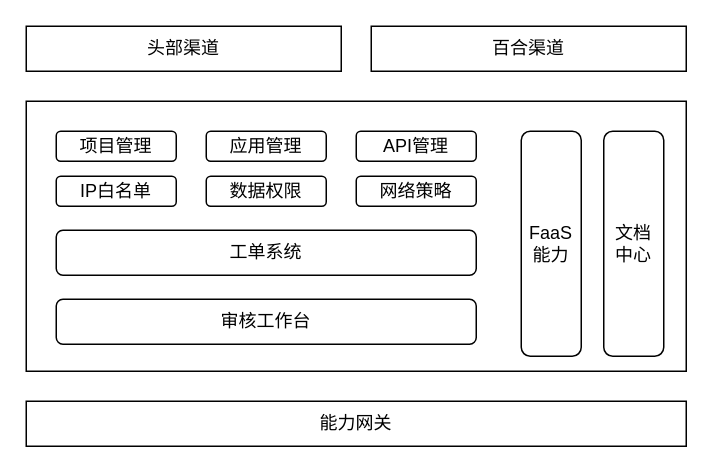
hujun8610/doc keeps this draw.io diagram as 生态平台演示.drawio. Above is the earlier version. Source tidied: cells renumbered, new cells numbered last; positions are measured from the earlier drawing's top-left corner, leaving out a move shared by most shapes. Both pictures are drawn from the tidied source at 150%, with x=0, y=0 at pixel (26, 26).
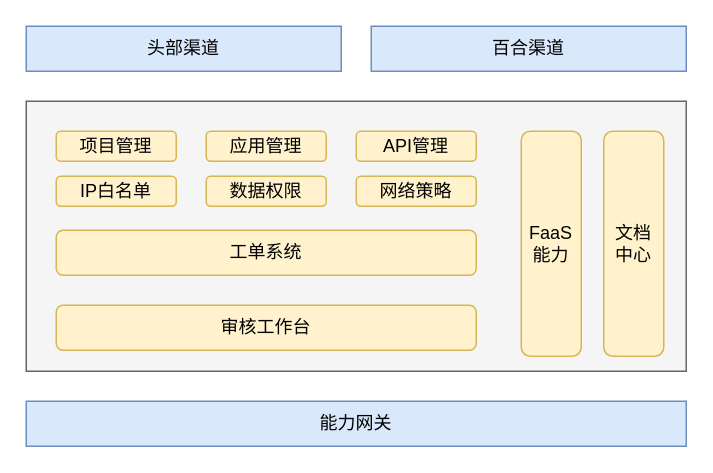
Above is the later version.

Commit message (it also covers changes not shown here):
更新生态平台演示.drawio

Diff of the diagram source:
```diff
@@
 <mxGraphModel>
   <root>
     <mxCell id="0" />
     <mxCell id="1" parent="0" />
-    <mxCell id="2" value="能力网关" style="rounded=0;whiteSpace=wrap;html=1;" parent="1" vertex="1">
+    <mxCell id="2" value="能力网关" style="rounded=0;whiteSpace=wrap;html=1;fillColor=#dae8fc;strokeColor=#6c8ebf;" parent="1" vertex="1">
       <mxGeometry y="250" width="440" height="30" as="geometry" />
     </mxCell>
-    <mxCell id="3" value="头部渠道" style="rounded=0;whiteSpace=wrap;html=1;" parent="1" vertex="1">
+    <mxCell id="3" value="头部渠道" style="rounded=0;whiteSpace=wrap;html=1;fillColor=#dae8fc;strokeColor=#6c8ebf;" parent="1" vertex="1">
       <mxGeometry width="210" height="30" as="geometry" />
     </mxCell>
-    <mxCell id="4" value="百合渠道" style="rounded=0;whiteSpace=wrap;html=1;" parent="1" vertex="1">
+    <mxCell id="4" value="百合渠道" style="rounded=0;whiteSpace=wrap;html=1;fillColor=#dae8fc;strokeColor=#6c8ebf;" parent="1" vertex="1">
       <mxGeometry x="230" width="210" height="30" as="geometry" />
     </mxCell>
-    <mxCell id="5" style="rounded=0;whiteSpace=wrap;html=1;" parent="1" vertex="1">
+    <mxCell id="5" style="rounded=0;whiteSpace=wrap;html=1;fillColor=#f5f5f5;fontColor=#333333;strokeColor=#666666;" parent="1" vertex="1">
       <mxGeometry y="50" width="440" height="180" as="geometry" />
     </mxCell>
-    <mxCell id="6" value="项目管理" style="rounded=1;whiteSpace=wrap;html=1;" parent="1" vertex="1">
+    <mxCell id="6" value="项目管理" style="rounded=1;whiteSpace=wrap;html=1;fillColor=#fff2cc;strokeColor=#d6b656;" parent="1" vertex="1">
       <mxGeometry x="20" y="70" width="80" height="20" as="geometry" />
     </mxCell>
-    <mxCell id="7" value="应用管理" style="rounded=1;whiteSpace=wrap;html=1;" parent="1" vertex="1">
+    <mxCell id="7" value="应用管理" style="rounded=1;whiteSpace=wrap;html=1;fillColor=#fff2cc;strokeColor=#d6b656;" parent="1" vertex="1">
       <mxGeometry x="120" y="70" width="80" height="20" as="geometry" />
     </mxCell>
-    <mxCell id="8" value="API管理" style="rounded=1;whiteSpace=wrap;html=1;" parent="1" vertex="1">
+    <mxCell id="8" value="API管理" style="rounded=1;whiteSpace=wrap;html=1;fillColor=#fff2cc;strokeColor=#d6b656;" parent="1" vertex="1">
       <mxGeometry x="220" y="70" width="80" height="20" as="geometry" />
     </mxCell>
-    <mxCell id="9" value="网络策略" style="rounded=1;whiteSpace=wrap;html=1;" parent="1" vertex="1">
+    <mxCell id="9" value="网络策略" style="rounded=1;whiteSpace=wrap;html=1;fillColor=#fff2cc;strokeColor=#d6b656;" parent="1" vertex="1">
       <mxGeometry x="220" y="100" width="80" height="20" as="geometry" />
     </mxCell>
-    <mxCell id="10" value="IP白名单" style="rounded=1;whiteSpace=wrap;html=1;" parent="1" vertex="1">
+    <mxCell id="10" value="IP白名单" style="rounded=1;whiteSpace=wrap;html=1;fillColor=#fff2cc;strokeColor=#d6b656;" parent="1" vertex="1">
       <mxGeometry x="20" y="100" width="80" height="20" as="geometry" />
     </mxCell>
-    <mxCell id="11" value="数据权限" style="rounded=1;whiteSpace=wrap;html=1;" parent="1" vertex="1">
+    <mxCell id="11" value="数据权限" style="rounded=1;whiteSpace=wrap;html=1;fillColor=#fff2cc;strokeColor=#d6b656;" parent="1" vertex="1">
       <mxGeometry x="120" y="100" width="80" height="20" as="geometry" />
     </mxCell>
-    <mxCell id="12" value="文档&lt;br&gt;中心" style="rounded=1;whiteSpace=wrap;html=1;" parent="1" vertex="1">
+    <mxCell id="12" value="文档&lt;br&gt;中心" style="rounded=1;whiteSpace=wrap;html=1;fillColor=#fff2cc;strokeColor=#d6b656;" parent="1" vertex="1">
       <mxGeometry x="385" y="70" width="40" height="150" as="geometry" />
     </mxCell>
-    <mxCell id="13" value="FaaS能力" style="rounded=1;whiteSpace=wrap;html=1;" parent="1" vertex="1">
+    <mxCell id="13" value="FaaS能力" style="rounded=1;whiteSpace=wrap;html=1;fillColor=#fff2cc;strokeColor=#d6b656;" parent="1" vertex="1">
       <mxGeometry x="330" y="70" width="40" height="150" as="geometry" />
     </mxCell>
-    <mxCell id="14" value="工单系统" style="rounded=1;whiteSpace=wrap;html=1;" parent="1" vertex="1">
+    <mxCell id="14" value="工单系统" style="rounded=1;whiteSpace=wrap;html=1;fillColor=#fff2cc;strokeColor=#d6b656;" parent="1" vertex="1">
       <mxGeometry x="20" y="136" width="280" height="30" as="geometry" />
     </mxCell>
-    <mxCell id="15" value="审核工作台" style="rounded=1;whiteSpace=wrap;html=1;" parent="1" vertex="1">
-      <mxGeometry x="20" y="182" width="280" height="30" as="geometry" />
+    <mxCell id="15" value="审核工作台" style="rounded=1;whiteSpace=wrap;html=1;fillColor=#fff2cc;strokeColor=#d6b656;" parent="1" vertex="1">
+      <mxGeometry x="20" y="186" width="280" height="30" as="geometry" />
     </mxCell>
   </root>
 </mxGraphModel>
```
